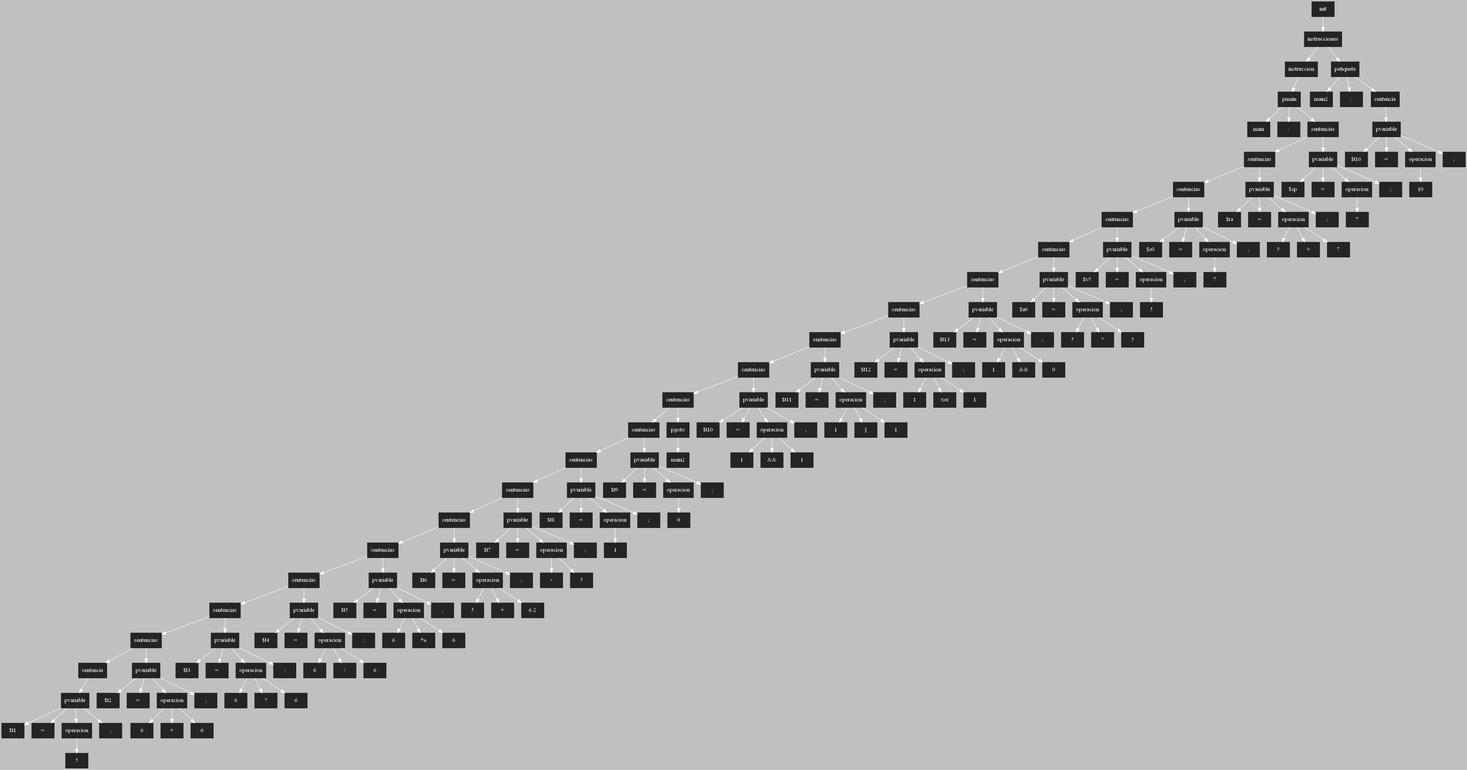
Above: ASPAscendente.png in AndreeAvalos/OLC2-AUGUS (Graphviz), before the change. Its source is kept beside it as ASPAscendente.dot.
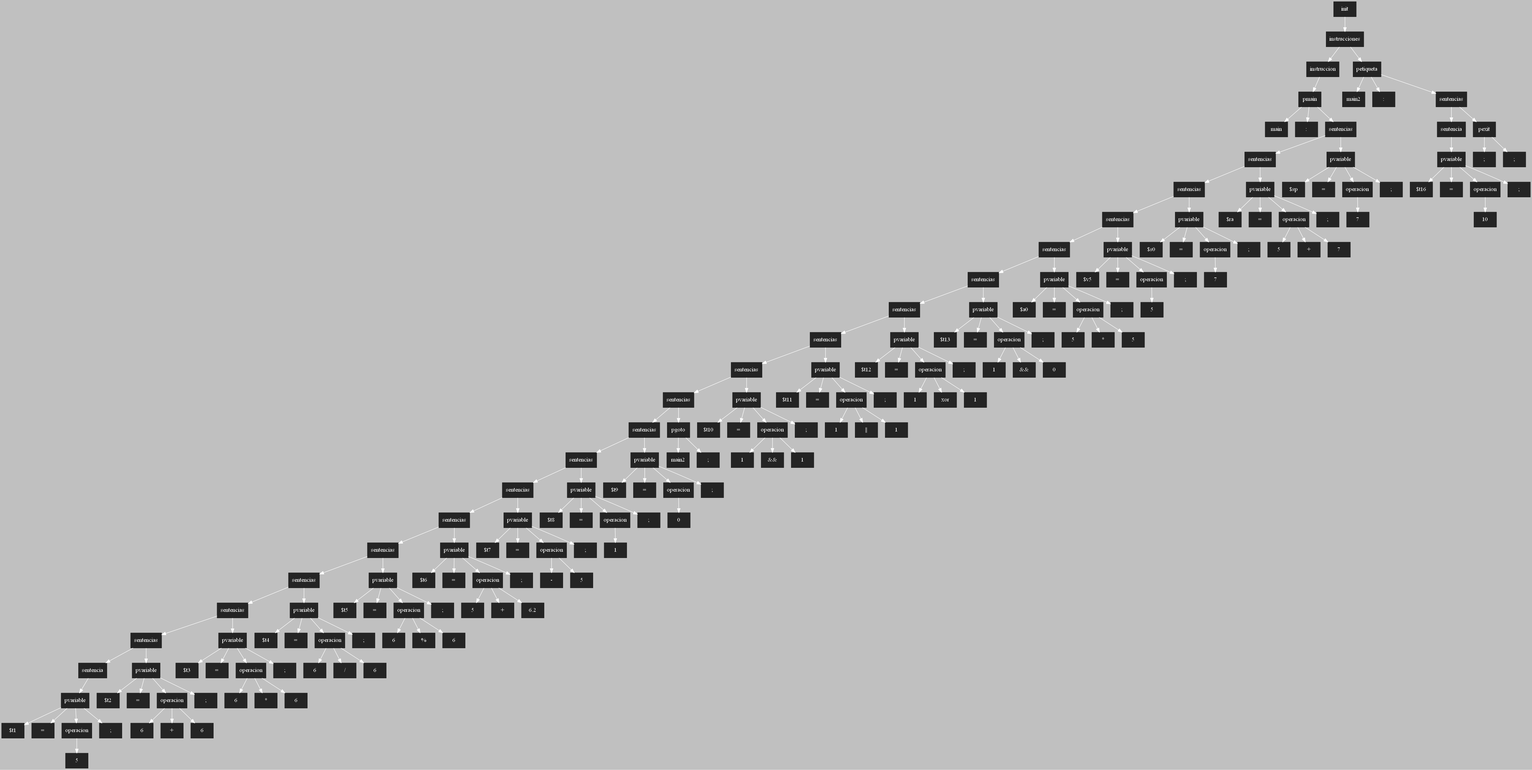
After the commit.

Change to the diagram source:
```diff
@@ -3,22 +3,22 @@
  [shape=box, style=filled, color=gray14]
  rankdir=UD
  edge[color=white, dir=fordware]
-168[style = "filled" ; label = "init"]
-167[style = "filled" ; label = "instrucciones"]
-156[style = "filled" ; label = "instruccion"]
-153[style = "filled" ; label = "pmain"]
-154[style = "filled" ; label = "main"]
-155[style = "filled" ; label = ":"]
-152[style = "filled" ; label = "sentencias"]
-145[style = "filled" ; label = "sentencias"]
-136[style = "filled" ; label = "sentencias"]
-129[style = "filled" ; label = "sentencias"]
-122[style = "filled" ; label = "sentencias"]
-113[style = "filled" ; label = "sentencias"]
-104[style = "filled" ; label = "sentencias"]
-95[style = "filled" ; label = "sentencias"]
-86[style = "filled" ; label = "sentencias"]
-77[style = "filled" ; label = "sentencias"]
+173[style = "filled" ; label = "init"]
+172[style = "filled" ; label = "instrucciones"]
+157[style = "filled" ; label = "instruccion"]
+154[style = "filled" ; label = "pmain"]
+155[style = "filled" ; label = "main"]
+156[style = "filled" ; label = ":"]
+153[style = "filled" ; label = "sentencias"]
+146[style = "filled" ; label = "sentencias"]
+137[style = "filled" ; label = "sentencias"]
+130[style = "filled" ; label = "sentencias"]
+123[style = "filled" ; label = "sentencias"]
+114[style = "filled" ; label = "sentencias"]
+105[style = "filled" ; label = "sentencias"]
+96[style = "filled" ; label = "sentencias"]
+87[style = "filled" ; label = "sentencias"]
+78[style = "filled" ; label = "sentencias"]
 74[style = "filled" ; label = "sentencias"]
 67[style = "filled" ; label = "sentencias"]
 60[style = "filled" ; label = "sentencias"]
@@ -95,98 +95,103 @@
 73[style = "filled" ; label = ";"]
 75[style = "filled" ; label = "pgoto"]
 76[style = "filled" ; label = "main2"]
-82[style = "filled" ; label = "pvariable"]
-83[style = "filled" ; label = "$t10"]
-84[style = "filled" ; label = "="]
-80[style = "filled" ; label = "operacion"]
-78[style = "filled" ; label = "1"]
-81[style = "filled" ; label = "&&"]
+77[style = "filled" ; label = ";"]
+83[style = "filled" ; label = "pvariable"]
+84[style = "filled" ; label = "$t10"]
+85[style = "filled" ; label = "="]
+81[style = "filled" ; label = "operacion"]
 79[style = "filled" ; label = "1"]
-85[style = "filled" ; label = ";"]
-91[style = "filled" ; label = "pvariable"]
-92[style = "filled" ; label = "$t11"]
-93[style = "filled" ; label = "="]
-89[style = "filled" ; label = "operacion"]
-87[style = "filled" ; label = "1"]
-90[style = "filled" ; label = "||"]
+82[style = "filled" ; label = "&&"]
+80[style = "filled" ; label = "1"]
+86[style = "filled" ; label = ";"]
+92[style = "filled" ; label = "pvariable"]
+93[style = "filled" ; label = "$t11"]
+94[style = "filled" ; label = "="]
+90[style = "filled" ; label = "operacion"]
 88[style = "filled" ; label = "1"]
-94[style = "filled" ; label = ";"]
-100[style = "filled" ; label = "pvariable"]
-101[style = "filled" ; label = "$t12"]
-102[style = "filled" ; label = "="]
-98[style = "filled" ; label = "operacion"]
-96[style = "filled" ; label = "1"]
-99[style = "filled" ; label = "xor"]
+91[style = "filled" ; label = "||"]
+89[style = "filled" ; label = "1"]
+95[style = "filled" ; label = ";"]
+101[style = "filled" ; label = "pvariable"]
+102[style = "filled" ; label = "$t12"]
+103[style = "filled" ; label = "="]
+99[style = "filled" ; label = "operacion"]
 97[style = "filled" ; label = "1"]
-103[style = "filled" ; label = ";"]
-109[style = "filled" ; label = "pvariable"]
-110[style = "filled" ; label = "$t13"]
-111[style = "filled" ; label = "="]
-107[style = "filled" ; label = "operacion"]
-105[style = "filled" ; label = "1"]
-108[style = "filled" ; label = "&&"]
-106[style = "filled" ; label = "0"]
-112[style = "filled" ; label = ";"]
-118[style = "filled" ; label = "pvariable"]
-119[style = "filled" ; label = "$a0"]
-120[style = "filled" ; label = "="]
-116[style = "filled" ; label = "operacion"]
-114[style = "filled" ; label = "5"]
-117[style = "filled" ; label = "*"]
+100[style = "filled" ; label = "xor"]
+98[style = "filled" ; label = "1"]
+104[style = "filled" ; label = ";"]
+110[style = "filled" ; label = "pvariable"]
+111[style = "filled" ; label = "$t13"]
+112[style = "filled" ; label = "="]
+108[style = "filled" ; label = "operacion"]
+106[style = "filled" ; label = "1"]
+109[style = "filled" ; label = "&&"]
+107[style = "filled" ; label = "0"]
+113[style = "filled" ; label = ";"]
+119[style = "filled" ; label = "pvariable"]
+120[style = "filled" ; label = "$a0"]
+121[style = "filled" ; label = "="]
+117[style = "filled" ; label = "operacion"]
 115[style = "filled" ; label = "5"]
-121[style = "filled" ; label = ";"]
-125[style = "filled" ; label = "pvariable"]
-126[style = "filled" ; label = "$v5"]
-127[style = "filled" ; label = "="]
-124[style = "filled" ; label = "operacion"]
-123[style = "filled" ; label = "5"]
-128[style = "filled" ; label = ";"]
-132[style = "filled" ; label = "pvariable"]
-133[style = "filled" ; label = "$s0"]
-134[style = "filled" ; label = "="]
-131[style = "filled" ; label = "operacion"]
-130[style = "filled" ; label = "7"]
-135[style = "filled" ; label = ";"]
-141[style = "filled" ; label = "pvariable"]
-142[style = "filled" ; label = "$ra"]
-143[style = "filled" ; label = "="]
-139[style = "filled" ; label = "operacion"]
-137[style = "filled" ; label = "5"]
-140[style = "filled" ; label = "+"]
-138[style = "filled" ; label = "7"]
-144[style = "filled" ; label = ";"]
-148[style = "filled" ; label = "pvariable"]
-149[style = "filled" ; label = "$sp"]
-150[style = "filled" ; label = "="]
-147[style = "filled" ; label = "operacion"]
-146[style = "filled" ; label = "7"]
-151[style = "filled" ; label = ";"]
-164[style = "filled" ; label = "petiqueta"]
-165[style = "filled" ; label = "main2"]
-166[style = "filled" ; label = ":"]
-163[style = "filled" ; label = "sentencia"]
-159[style = "filled" ; label = "pvariable"]
-160[style = "filled" ; label = "$t16"]
-161[style = "filled" ; label = "="]
-158[style = "filled" ; label = "operacion"]
-157[style = "filled" ; label = "10"]
-162[style = "filled" ; label = ";"]
-168->167;
-167->156;
-156->153;
-153->154;
-153->155;
-153->152;
-152->145;
-145->136;
-136->129;
-129->122;
-122->113;
-113->104;
-104->95;
-95->86;
-86->77;
-77->74;
+118[style = "filled" ; label = "*"]
+116[style = "filled" ; label = "5"]
+122[style = "filled" ; label = ";"]
+126[style = "filled" ; label = "pvariable"]
+127[style = "filled" ; label = "$v5"]
+128[style = "filled" ; label = "="]
+125[style = "filled" ; label = "operacion"]
+124[style = "filled" ; label = "5"]
+129[style = "filled" ; label = ";"]
+133[style = "filled" ; label = "pvariable"]
+134[style = "filled" ; label = "$s0"]
+135[style = "filled" ; label = "="]
+132[style = "filled" ; label = "operacion"]
+131[style = "filled" ; label = "7"]
+136[style = "filled" ; label = ";"]
+142[style = "filled" ; label = "pvariable"]
+143[style = "filled" ; label = "$ra"]
+144[style = "filled" ; label = "="]
+140[style = "filled" ; label = "operacion"]
+138[style = "filled" ; label = "5"]
+141[style = "filled" ; label = "+"]
+139[style = "filled" ; label = "7"]
+145[style = "filled" ; label = ";"]
+149[style = "filled" ; label = "pvariable"]
+150[style = "filled" ; label = "$sp"]
+151[style = "filled" ; label = "="]
+148[style = "filled" ; label = "operacion"]
+147[style = "filled" ; label = "7"]
+152[style = "filled" ; label = ";"]
+169[style = "filled" ; label = "petiqueta"]
+170[style = "filled" ; label = "main2"]
+171[style = "filled" ; label = ":"]
+168[style = "filled" ; label = "sentencias"]
+164[style = "filled" ; label = "sentencia"]
+160[style = "filled" ; label = "pvariable"]
+161[style = "filled" ; label = "$t16"]
+162[style = "filled" ; label = "="]
+159[style = "filled" ; label = "operacion"]
+158[style = "filled" ; label = "10"]
+163[style = "filled" ; label = ";"]
+165[style = "filled" ; label = "pexit"]
+166[style = "filled" ; label = ";"]
+167[style = "filled" ; label = ";"]
+173->172;
+172->157;
+157->154;
+154->155;
+154->156;
+154->153;
+153->146;
+146->137;
+137->130;
+130->123;
+123->114;
+114->105;
+105->96;
+96->87;
+87->78;
+78->74;
 74->67;
 67->60;
 60->52;
@@ -260,83 +265,88 @@
 70->69;
 69->68;
 70->73;
-77->75;
+78->75;
 75->76;
-86->82;
-82->83;
-82->84;
-82->80;
-80->78;
-80->81;
-80->79;
-82->85;
-95->91;
-91->92;
-91->93;
-91->89;
-89->87;
-89->90;
-89->88;
-91->94;
-104->100;
-100->101;
-100->102;
-100->98;
-98->96;
-98->99;
-98->97;
-100->103;
-113->109;
-109->110;
-109->111;
-109->107;
-107->105;
-107->108;
-107->106;
-109->112;
-122->118;
-118->119;
-118->120;
-118->116;
-116->114;
-116->117;
-116->115;
-118->121;
-129->125;
-125->126;
-125->127;
+75->77;
+87->83;
+83->84;
+83->85;
+83->81;
+81->79;
+81->82;
+81->80;
+83->86;
+96->92;
+92->93;
+92->94;
+92->90;
+90->88;
+90->91;
+90->89;
+92->95;
+105->101;
+101->102;
+101->103;
+101->99;
+99->97;
+99->100;
+99->98;
+101->104;
+114->110;
+110->111;
+110->112;
+110->108;
+108->106;
+108->109;
+108->107;
+110->113;
+123->119;
+119->120;
+119->121;
+119->117;
+117->115;
+117->118;
+117->116;
+119->122;
+130->126;
+126->127;
+126->128;
+126->125;
 125->124;
-124->123;
-125->128;
-136->132;
-132->133;
-132->134;
+126->129;
+137->133;
+133->134;
+133->135;
+133->132;
 132->131;
-131->130;
-132->135;
-145->141;
-141->142;
-141->143;
-141->139;
-139->137;
-139->140;
-139->138;
-141->144;
-152->148;
-148->149;
-148->150;
+133->136;
+146->142;
+142->143;
+142->144;
+142->140;
+140->138;
+140->141;
+140->139;
+142->145;
+153->149;
+149->150;
+149->151;
+149->148;
 148->147;
-147->146;
-148->151;
-167->164;
-164->165;
-164->166;
-164->163;
-163->159;
-159->160;
-159->161;
+149->152;
+172->169;
+169->170;
+169->171;
+169->168;
+168->164;
+164->160;
+160->161;
+160->162;
+160->159;
 159->158;
-158->157;
-159->162;
+160->163;
+168->165;
+165->166;
+165->167;
 
 }
```
